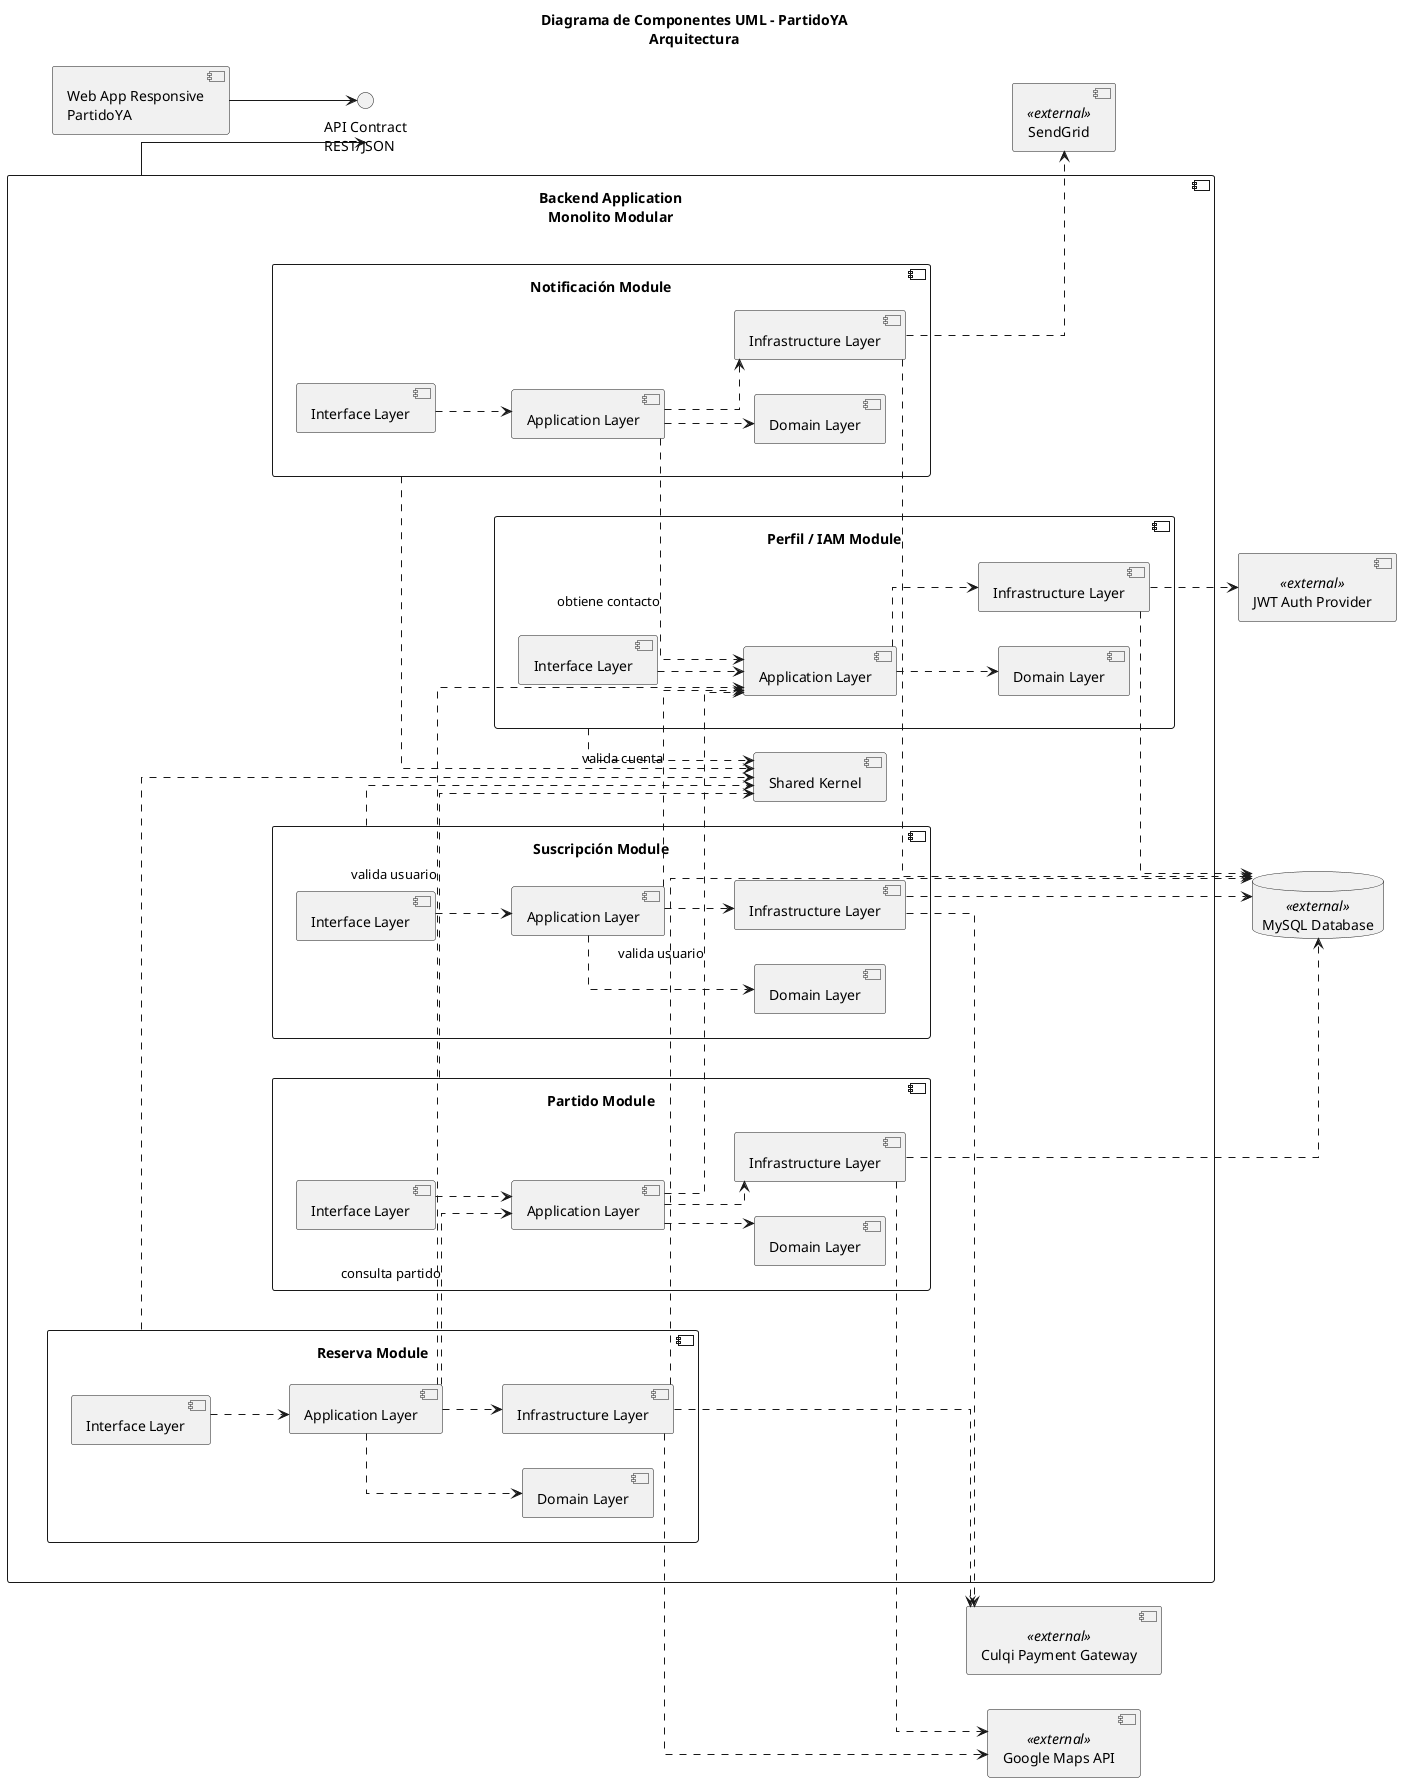
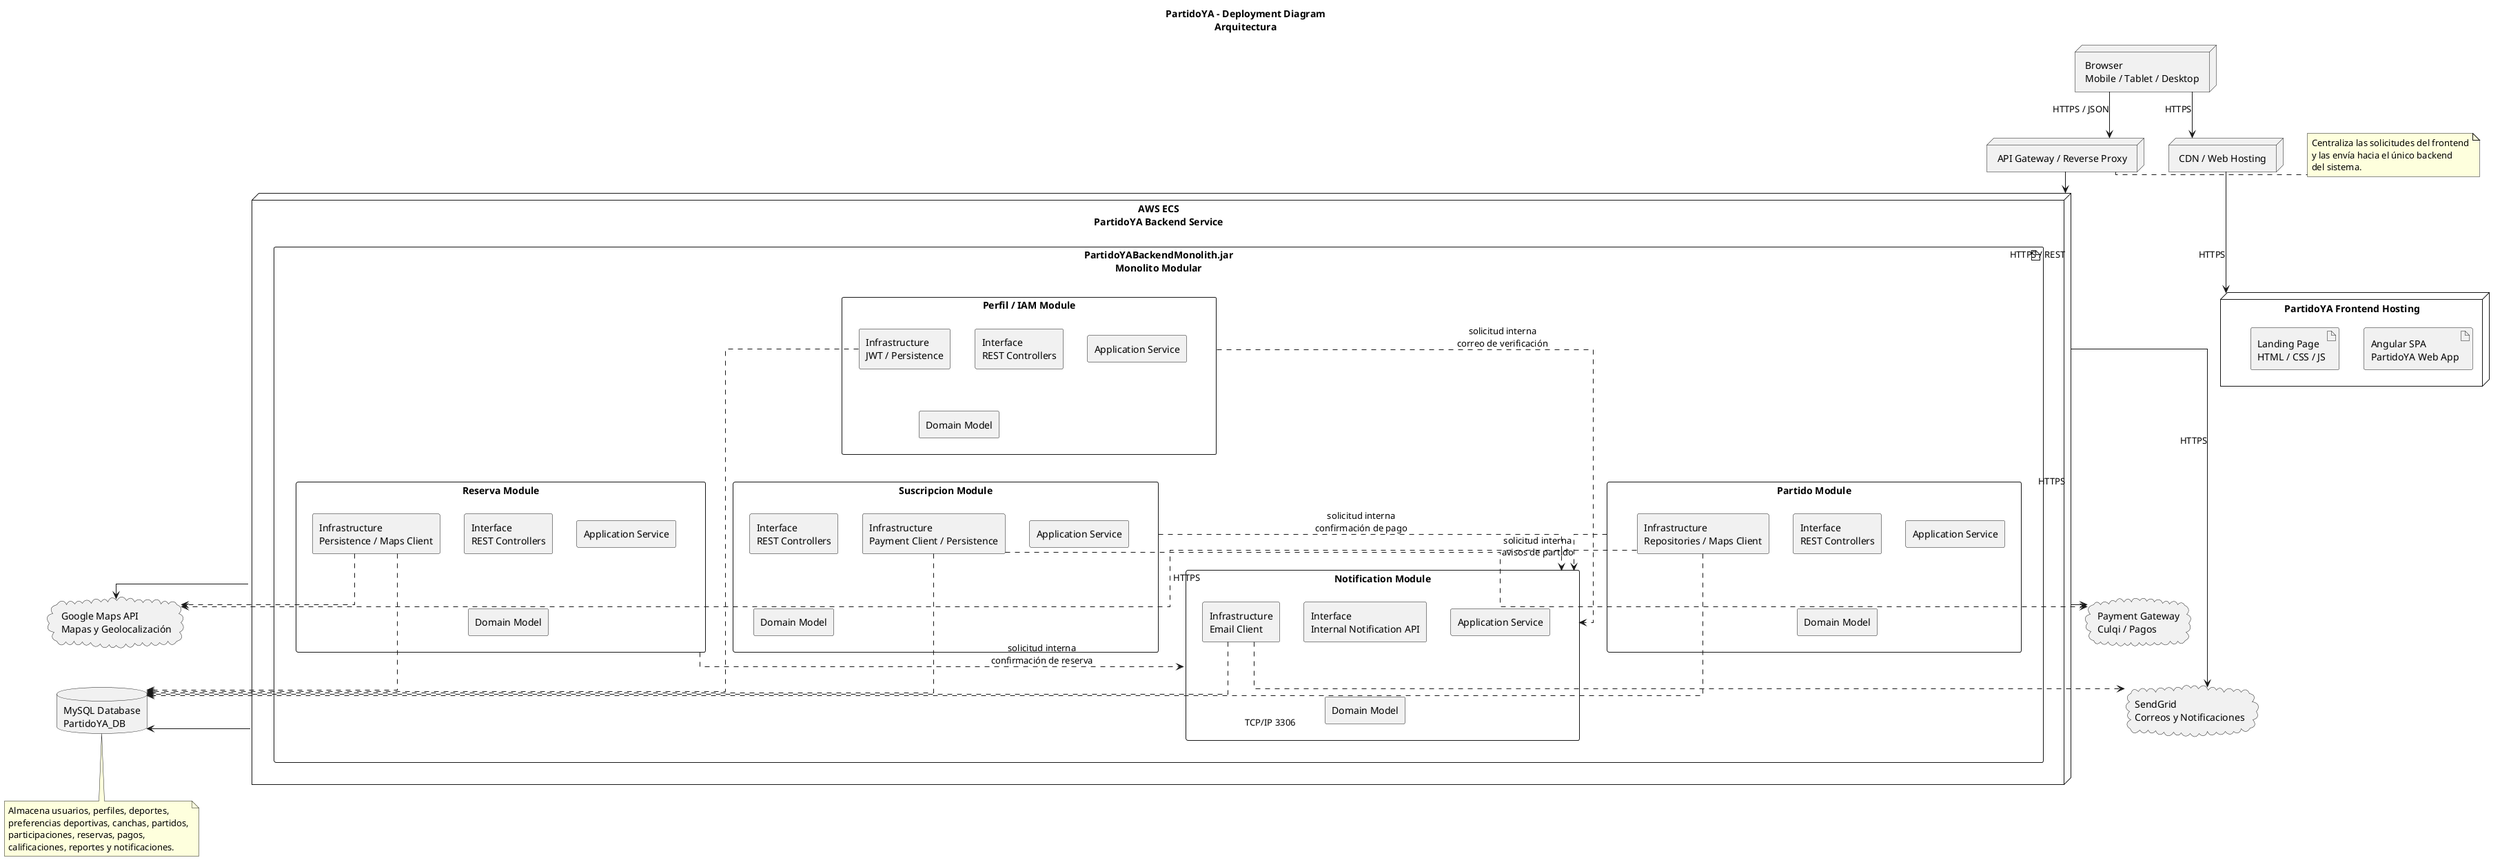
- @startuml "Diagrama de Componentes UML - PartidoYA"
+ @startuml "PartidoYA - Deployment Diagram"

- skinparam componentStyle uml2
skinparam linetype ortho
- left to right direction
+ skinparam shadowing false
+ skinparam componentStyle rectangle

- title Diagrama de Componentes UML - PartidoYA\nArquitectura
+ title PartidoYA - Deployment Diagram\nArquitectura

- interface "API Contract\nREST/JSON" as Contract
+ node "Browser\nMobile / Tablet / Desktop" as Browser

- component "Web App Responsive\nPartidoYA" as WebApp
+ node "CDN / Web Hosting" as CDN

- component "Backend Application\nMonolito Modular" as Backend {
- 
-   component "Perfil / IAM Module" as M_Perfil {
-     component "Interface Layer" as P_Interface
-     component "Application Layer" as P_Application
-     component "Domain Layer" as P_Domain
-     component "Infrastructure Layer" as P_Infrastructure
-   }
- 
-   component "Partido Module" as M_Partido {
-     component "Interface Layer" as PA_Interface
-     component "Application Layer" as PA_Application
-     component "Domain Layer" as PA_Domain
-     component "Infrastructure Layer" as PA_Infrastructure
-   }
- 
-   component "Reserva Module" as M_Reserva {
-     component "Interface Layer" as R_Interface
-     component "Application Layer" as R_Application
-     component "Domain Layer" as R_Domain
-     component "Infrastructure Layer" as R_Infrastructure
-   }
- 
-   component "Suscripción Module" as M_Suscripcion {
-     component "Interface Layer" as S_Interface
-     component "Application Layer" as S_Application
-     component "Domain Layer" as S_Domain
-     component "Infrastructure Layer" as S_Infrastructure
-   }
- 
-   component "Notificación Module" as M_Notificacion {
-     component "Interface Layer" as N_Interface
-     component "Application Layer" as N_Application
-     component "Domain Layer" as N_Domain
-     component "Infrastructure Layer" as N_Infrastructure
-   }
- 
-   component "Shared Kernel" as Shared
+ node "PartidoYA Frontend Hosting" as FrontendHosting {
+   artifact "Angular SPA\nPartidoYA Web App" as AngularSPA
+   artifact "Landing Page\nHTML / CSS / JS" as LandingPage
}

- database "MySQL Database" as MySQL <<external>>
- component "JWT Auth Provider" as JWT <<external>>
- component "Google Maps API" as GoogleMaps <<external>>
- component "Culqi Payment Gateway" as Culqi <<external>>
- component "SendGrid" as SendGrid <<external>>
+ node "API Gateway / Reverse Proxy" as ApiGateway

- WebApp --> Contract
- Backend --> Contract
+ node "AWS ECS\nPartidoYA Backend Service" as BackendNode {
+   artifact "PartidoYABackendMonolith.jar\nMonolito Modular" as BackendArtifact {

- P_Interface ..> P_Application
- P_Application ..> P_Domain
- P_Application ..> P_Infrastructure
+     component "Perfil / IAM Module" as PerfilModule {
+       component "Interface\nREST Controllers" as PerfilInterface
+       component "Application Service" as PerfilApplicationService
+       component "Domain Model" as PerfilDomainModel
+       component "Infrastructure\nJWT / Persistence" as PerfilInfrastructure
+     }

- PA_Interface ..> PA_Application
- PA_Application ..> PA_Domain
- PA_Application ..> PA_Infrastructure
+     component "Partido Module" as PartidoModule {
+       component "Interface\nREST Controllers" as PartidoInterface
+       component "Application Service" as PartidoApplicationService
+       component "Domain Model" as PartidoDomainModel
+       component "Infrastructure\nRepositories / Maps Client" as PartidoInfrastructure
+     }

- R_Interface ..> R_Application
- R_Application ..> R_Domain
- R_Application ..> R_Infrastructure
+     component "Reserva Module" as ReservaModule {
+       component "Interface\nREST Controllers" as ReservaInterface
+       component "Application Service" as ReservaApplicationService
+       component "Domain Model" as ReservaDomainModel
+       component "Infrastructure\nPersistence / Maps Client" as ReservaInfrastructure
+     }

- S_Interface ..> S_Application
- S_Application ..> S_Domain
- S_Application ..> S_Infrastructure
+     component "Suscripcion Module" as SuscripcionModule {
+       component "Interface\nREST Controllers" as SuscripcionInterface
+       component "Application Service" as SuscripcionApplicationService
+       component "Domain Model" as SuscripcionDomainModel
+       component "Infrastructure\nPayment Client / Persistence" as SuscripcionInfrastructure
+     }

- N_Interface ..> N_Application
- N_Application ..> N_Domain
- N_Application ..> N_Infrastructure
+     component "Notification Module" as NotificationModule {
+       component "Interface\nInternal Notification API" as NotificationInterface
+       component "Application Service" as NotificationApplicationService
+       component "Domain Model" as NotificationDomainModel
+       component "Infrastructure\nEmail Client" as NotificationInfrastructure
+     }
+   }
+ }

- M_Perfil ..> Shared
- M_Partido ..> Shared
- M_Reserva ..> Shared
- M_Suscripcion ..> Shared
- M_Notificacion ..> Shared
+ database "MySQL Database\nPartidoYA_DB" as PartidoYADatabase

- PA_Application ..> P_Application : valida usuario
- R_Application ..> P_Application : valida usuario
- R_Application ..> PA_Application : consulta partido
- S_Application ..> P_Application : valida cuenta
- N_Application ..> P_Application : obtiene contacto
+ cloud "Google Maps API\nMapas y Geolocalización" as GoogleMaps
+ cloud "SendGrid\nCorreos y Notificaciones" as SendGrid
+ cloud "Payment Gateway\nCulqi / Pagos" as PaymentGateway

- P_Infrastructure ..> MySQL
- PA_Infrastructure ..> MySQL
- R_Infrastructure ..> MySQL
- S_Infrastructure ..> MySQL
- N_Infrastructure ..> MySQL
+ Browser --> CDN : HTTPS
+ CDN --> FrontendHosting : HTTPS
+ Browser --> ApiGateway : HTTPS / JSON

- P_Infrastructure ..> JWT
- PA_Infrastructure ..> GoogleMaps
- R_Infrastructure ..> GoogleMaps
- R_Infrastructure ..> Culqi
- S_Infrastructure ..> Culqi
- N_Infrastructure ..> SendGrid
+ ApiGateway --> BackendNode : HTTPS / REST
+ 
+ BackendNode --> PartidoYADatabase : TCP/IP 3306
+ 
+ BackendNode --> GoogleMaps : HTTPS
+ BackendNode --> SendGrid : HTTPS
+ BackendNode --> PaymentGateway : HTTPS
+ 
+ PerfilModule ..> NotificationModule : solicitud interna\ncorreo de verificación
+ PartidoModule ..> NotificationModule : solicitud interna\navisos de partido
+ ReservaModule ..> NotificationModule : solicitud interna\nconfirmación de reserva
+ SuscripcionModule ..> NotificationModule : solicitud interna\nconfirmación de pago
+ 
+ PerfilInfrastructure ..> PartidoYADatabase
+ PartidoInfrastructure ..> PartidoYADatabase
+ ReservaInfrastructure ..> PartidoYADatabase
+ SuscripcionInfrastructure ..> PartidoYADatabase
+ NotificationInfrastructure ..> PartidoYADatabase
+ 
+ PartidoInfrastructure ..> GoogleMaps
+ ReservaInfrastructure ..> GoogleMaps
+ NotificationInfrastructure ..> SendGrid
+ SuscripcionInfrastructure ..> PaymentGateway
+ 
+ 
+ note bottom of PartidoYADatabase
+ Almacena usuarios, perfiles, deportes,
+ preferencias deportivas, canchas, partidos,
+ participaciones, reservas, pagos,
+ calificaciones, reportes y notificaciones.
+ end note
+ 
+ note right of ApiGateway
+ Centraliza las solicitudes del frontend
+ y las envía hacia el único backend
+ del sistema.
+ end note

@enduml
